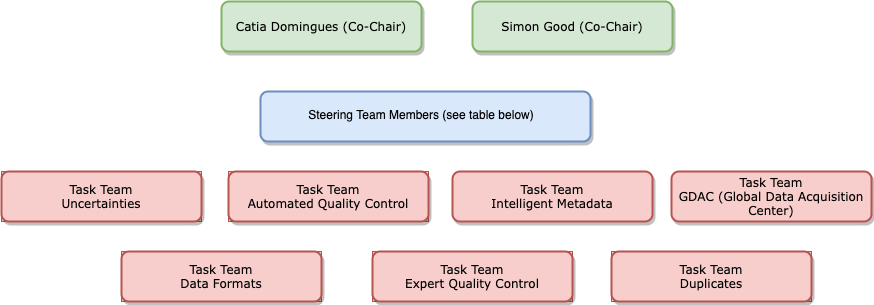
Before: images/IQuODstructure.png, a diagram exported from draw.io (IQuOD/IQuOD.github.io). Source tidied: cells renumbered, new cells last; positions are measured from the earlier drawing's top-left corner, leaving out a move shared by most shapes. Source of this version:
```xml
<mxGraphModel background="#ffffff">
  <root>
    <mxCell id="0" />
    <mxCell id="1" parent="0" />
    <mxCell id="2" style="group;fillColor=#f8cecc;strokeColor=#b85450;" parent="1" vertex="1">
      <mxGeometry y="170" width="200" height="50" as="geometry" />
    </mxCell>
    <mxCell id="3" value="Task Team&lt;br&gt;Uncertainties&lt;br&gt;" style="whiteSpace=wrap;html=1;rounded=1;shadow=1;comic=0;strokeWidth=2;fillColor=#f8cecc;fontFamily=Verdana;align=center;strokeColor=#b85450;" parent="2" vertex="1">
      <mxGeometry width="200" height="50" as="geometry" />
    </mxCell>
    <mxCell id="4" style="group;" parent="1" vertex="1">
      <mxGeometry x="489" y="70" width="350" height="90" as="geometry" />
    </mxCell>
    <mxCell id="5" style="whiteSpace=wrap;html=1;rounded=1;shadow=1;comic=0;strokeWidth=2;fillColor=#dae8fc;fontFamily=Verdana;align=center;strokeColor=#6c8ebf;" parent="4" vertex="1">
      <mxGeometry x="-230" y="20" width="330" height="50" as="geometry" />
    </mxCell>
    <mxCell id="6" style="group;fillColor=#f8cecc;strokeColor=#b85450;" parent="1" vertex="1">
      <mxGeometry x="227" y="170" width="200" height="50" as="geometry" />
    </mxCell>
    <mxCell id="7" value="Task Team&lt;br&gt;Automated Quality Control&lt;br&gt;" style="whiteSpace=wrap;html=1;rounded=1;shadow=1;comic=0;strokeWidth=2;fillColor=#f8cecc;fontFamily=Verdana;align=center;strokeColor=#b85450;" parent="6" vertex="1">
      <mxGeometry width="200" height="50" as="geometry" />
    </mxCell>
    <mxCell id="8" style="group;" parent="1" vertex="1">
      <mxGeometry x="451" y="170" width="200" height="50" as="geometry" />
    </mxCell>
    <mxCell id="9" value="Task Team&lt;br&gt;Intelligent Metadata&lt;br&gt;" style="whiteSpace=wrap;html=1;rounded=1;shadow=1;comic=0;strokeWidth=2;fillColor=#f8cecc;fontFamily=Verdana;align=center;strokeColor=#b85450;" parent="8" vertex="1">
      <mxGeometry width="200" height="50" as="geometry" />
    </mxCell>
    <mxCell id="10" style="group;" parent="1" vertex="1">
      <mxGeometry x="670" y="170" width="200" height="50" as="geometry" />
    </mxCell>
    <mxCell id="11" value="Task Team&lt;br&gt;GDAC (Global Data Acquisition Center)&lt;br&gt;" style="whiteSpace=wrap;html=1;rounded=1;shadow=1;comic=0;strokeWidth=2;fillColor=#f8cecc;fontFamily=Verdana;align=center;strokeColor=#b85450;" parent="10" vertex="1">
      <mxGeometry width="200" height="50" as="geometry" />
    </mxCell>
    <mxCell id="12" style="group;" parent="1" vertex="1">
      <mxGeometry x="220" width="200" height="50" as="geometry" />
    </mxCell>
    <mxCell id="13" value="Catia Domingues (Co-Chair)" style="whiteSpace=wrap;html=1;rounded=1;shadow=1;comic=0;strokeWidth=2;fillColor=#d5e8d4;fontFamily=Verdana;align=center;strokeColor=#82b366;" parent="12" vertex="1">
      <mxGeometry width="200" height="50" as="geometry" />
    </mxCell>
    <mxCell id="14" style="group;" parent="1" vertex="1">
      <mxGeometry x="495" width="200" height="50" as="geometry" />
    </mxCell>
    <mxCell id="15" value="Simon Good (Co-Chair)" style="whiteSpace=wrap;html=1;rounded=1;shadow=1;comic=0;strokeWidth=2;fillColor=#d5e8d4;fontFamily=Verdana;align=center;strokeColor=#82b366;" parent="14" vertex="1">
      <mxGeometry x="-24" width="200" height="50" as="geometry" />
    </mxCell>
    <mxCell id="16" value="Steering Team Members (see table below)&#10;" style="group;" parent="1" vertex="1">
      <mxGeometry x="285" y="100" width="270" height="50" as="geometry" />
    </mxCell>
    <mxCell id="17" style="group;fillColor=#f8cecc;strokeColor=#b85450;" parent="1" vertex="1">
      <mxGeometry x="120" y="250" width="200" height="50" as="geometry" />
    </mxCell>
    <mxCell id="18" value="Task Team&lt;br&gt;Data Formats&lt;br&gt;" style="whiteSpace=wrap;html=1;rounded=1;shadow=1;comic=0;strokeWidth=2;fillColor=#f8cecc;fontFamily=Verdana;align=center;strokeColor=#b85450;" parent="17" vertex="1">
      <mxGeometry width="200" height="50" as="geometry" />
    </mxCell>
    <mxCell id="19" style="group;fillColor=#f8cecc;strokeColor=#b85450;" parent="1" vertex="1">
      <mxGeometry x="371" y="250" width="200" height="50" as="geometry" />
    </mxCell>
    <mxCell id="20" value="Task Team&lt;br&gt;Expert Quality Control&lt;br&gt;" style="whiteSpace=wrap;html=1;rounded=1;shadow=1;comic=0;strokeWidth=2;fillColor=#f8cecc;fontFamily=Verdana;align=center;strokeColor=#b85450;" parent="19" vertex="1">
      <mxGeometry width="200" height="50" as="geometry" />
    </mxCell>
    <mxCell id="21" style="group;fillColor=#f8cecc;strokeColor=#b85450;" parent="1" vertex="1">
      <mxGeometry x="610" y="250" width="200" height="50" as="geometry" />
    </mxCell>
    <mxCell id="22" value="Task Team&lt;br&gt;Duplicates&lt;br&gt;" style="whiteSpace=wrap;html=1;rounded=1;shadow=1;comic=0;strokeWidth=2;fillColor=#f8cecc;fontFamily=Verdana;align=center;strokeColor=#b85450;" parent="21" vertex="1">
      <mxGeometry width="200" height="50" as="geometry" />
    </mxCell>
  </root>
</mxGraphModel>
```
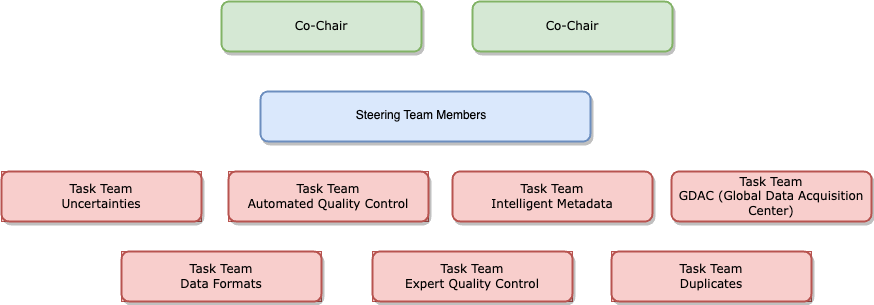
Later version of the same file.

Commit message:
Update structure diagram

The edit, as a diff of the source:
```diff
@@ -35,16 +35,16 @@
     <mxCell id="12" style="group;" parent="1" vertex="1">
       <mxGeometry x="220" width="200" height="50" as="geometry" />
     </mxCell>
-    <mxCell id="13" value="Catia Domingues (Co-Chair)" style="whiteSpace=wrap;html=1;rounded=1;shadow=1;comic=0;strokeWidth=2;fillColor=#d5e8d4;fontFamily=Verdana;align=center;strokeColor=#82b366;" parent="12" vertex="1">
+    <mxCell id="13" value="Co-Chair" style="whiteSpace=wrap;html=1;rounded=1;shadow=1;comic=0;strokeWidth=2;fillColor=#d5e8d4;fontFamily=Verdana;align=center;strokeColor=#82b366;" parent="12" vertex="1">
       <mxGeometry width="200" height="50" as="geometry" />
     </mxCell>
     <mxCell id="14" style="group;" parent="1" vertex="1">
       <mxGeometry x="495" width="200" height="50" as="geometry" />
     </mxCell>
-    <mxCell id="15" value="Simon Good (Co-Chair)" style="whiteSpace=wrap;html=1;rounded=1;shadow=1;comic=0;strokeWidth=2;fillColor=#d5e8d4;fontFamily=Verdana;align=center;strokeColor=#82b366;" parent="14" vertex="1">
+    <mxCell id="15" value="Co-Chair" style="whiteSpace=wrap;html=1;rounded=1;shadow=1;comic=0;strokeWidth=2;fillColor=#d5e8d4;fontFamily=Verdana;align=center;strokeColor=#82b366;" parent="14" vertex="1">
       <mxGeometry x="-24" width="200" height="50" as="geometry" />
     </mxCell>
-    <mxCell id="16" value="Steering Team Members (see table below)&#10;" style="group;" parent="1" vertex="1">
+    <mxCell id="16" value="Steering Team Members&#10;" style="group;" parent="1" vertex="1">
       <mxGeometry x="285" y="100" width="270" height="50" as="geometry" />
     </mxCell>
     <mxCell id="17" style="group;fillColor=#f8cecc;strokeColor=#b85450;" parent="1" vertex="1">
```
